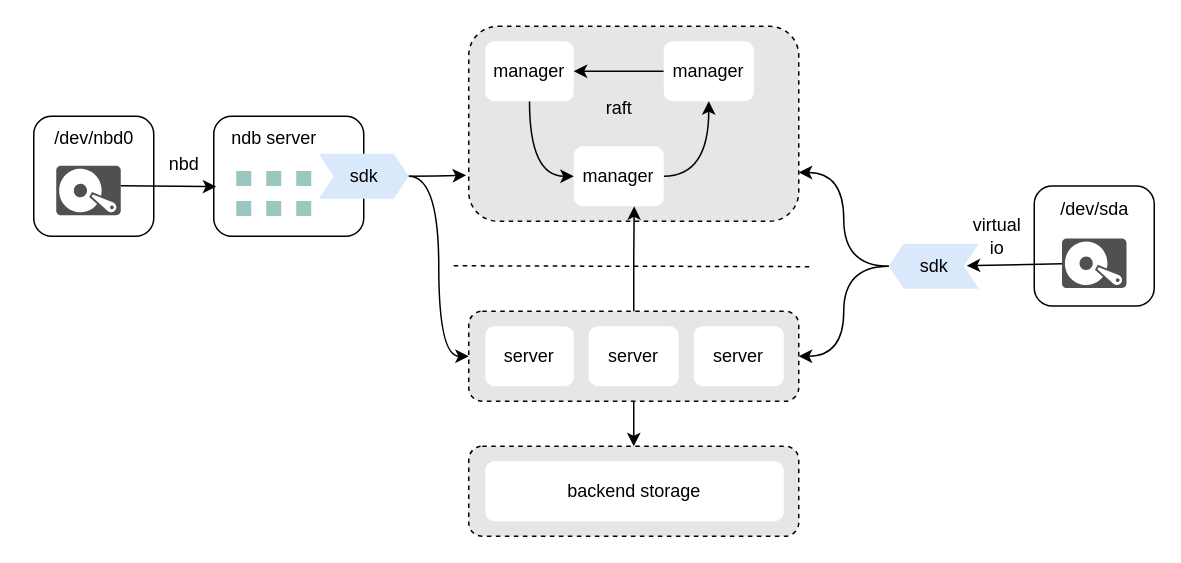
Above: page "architecture" (1 of 2) of mind/d.s.c.drawio in EarthWind/deeparch (draw.io), before the change. Source tidied: cells renumbered, new cells numbered last; positions are measured from the earlier drawing's top-left corner, leaving out a move shared by most shapes. Both pictures are drawn from the tidied source at 150%, with x=0, y=0 at pixel (33, 26).
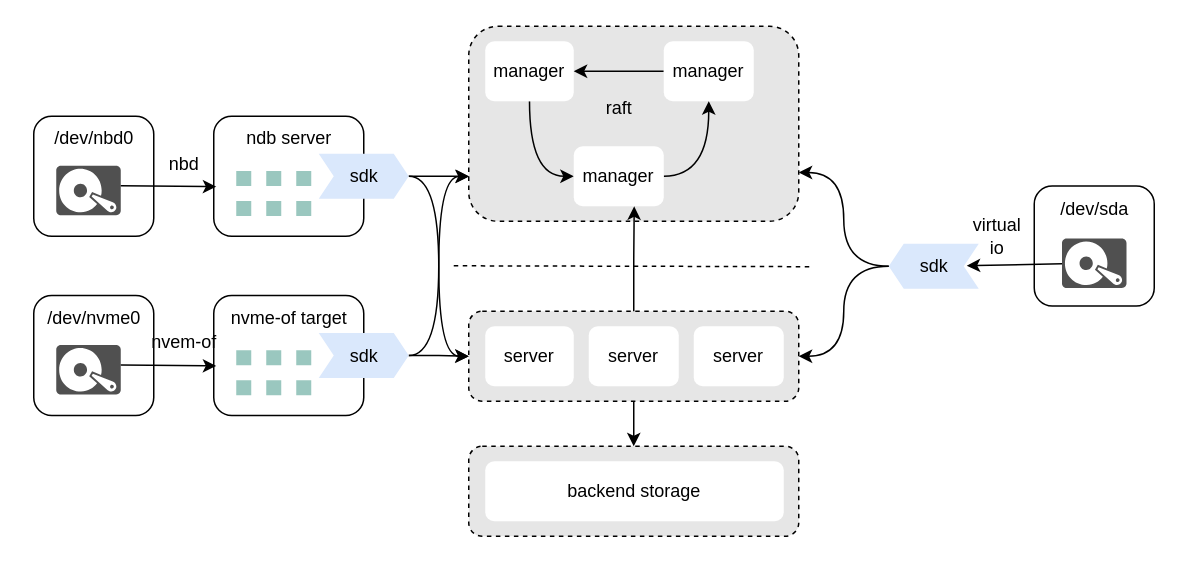
The same diagram, later.

Unchanged cells that the change refers to:
```xml
<mxCell id="2" style="rounded=1;whiteSpace=wrap;html=1;dashed=1;fillColor=#E6E6E6;" parent="1" vertex="1">
  <mxGeometry x="290" width="220" height="130" as="geometry" />
</mxCell>
<mxCell id="4" style="rounded=1;whiteSpace=wrap;html=1;dashed=1;fillColor=#E6E6E6;" parent="1" vertex="1">
  <mxGeometry x="290" y="190" width="220" height="60" as="geometry" />
</mxCell>
<mxCell id="19" style="shape=step;perimeter=stepPerimeter;whiteSpace=wrap;html=1;fixedSize=1;size=10;fillColor=#dae8fc;strokeColor=none;" parent="1" vertex="1">
  <mxGeometry x="190" y="85" width="60" height="30" as="geometry" />
</mxCell>
```

What changed in the source:
```diff
@@
     <mxCell id="9" value="ndb server" style="text;html=1;align=center;verticalAlign=middle;strokeColor=none;fillColor=none;" parent="1" vertex="1">
-      <mxGeometry x="120" y="60" width="80" height="30" as="geometry" />
+      <mxGeometry x="130" y="60" width="80" height="30" as="geometry" />
     </mxCell>
@@
-    <mxCell id="17" style="edgeStyle=orthogonalEdgeStyle;rounded=0;jettySize=auto;html=1;entryX=-0.008;entryY=0.764;entryDx=0;entryDy=0;curved=1;entryPerimeter=0;" parent="1" edge="1" source="19" target="2">
+    <mxCell id="17" style="edgeStyle=orthogonalEdgeStyle;rounded=0;jettySize=auto;html=1;entryX=0.002;entryY=0.77;entryDx=0;entryDy=0;curved=1;entryPerimeter=0;" parent="1" edge="1" source="19" target="2">
       <mxGeometry relative="1" as="geometry" />
     </mxCell>
-    <mxCell id="18" style="edgeStyle=orthogonalEdgeStyle;rounded=0;jettySize=auto;html=1;entryX=0;entryY=0.5;entryDx=0;entryDy=0;curved=1;" parent="1" edge="1" source="19" target="4">
+    <mxCell id="18" style="edgeStyle=orthogonalEdgeStyle;rounded=0;jettySize=auto;html=1;curved=1;entryX=0;entryY=0.5;entryDx=0;entryDy=0;" parent="1" edge="1" source="19" target="4">
       <mxGeometry relative="1" as="geometry" />
     </mxCell>
@@
+    <mxCell id="45" style="rounded=1;whiteSpace=wrap;html=1;" parent="1" vertex="1">
+      <mxGeometry y="179.5" width="80" height="80" as="geometry" />
+    </mxCell>
+    <mxCell id="46" style="sketch=0;shadow=0;dashed=0;html=1;strokeColor=none;fillColor=#505050;labelPosition=center;verticalLabelPosition=bottom;verticalAlign=top;outlineConnect=0;align=center;shape=mxgraph.office.devices.hard_disk;rotation=-90;" parent="1" vertex="1">
+      <mxGeometry x="20" y="207.5" width="33" height="43" as="geometry" />
+    </mxCell>
+    <mxCell id="47" value="/dev/nvme0" style="text;html=1;align=center;verticalAlign=middle;strokeColor=none;fillColor=none;" parent="1" vertex="1">
+      <mxGeometry x="-5" y="179.5" width="90" height="30" as="geometry" />
+    </mxCell>
+    <mxCell id="48" style="rounded=1;whiteSpace=wrap;html=1;" parent="1" vertex="1">
+      <mxGeometry x="120" y="179.5" width="100" height="80" as="geometry" />
+    </mxCell>
+    <mxCell id="49" value="nvme-of target" style="text;html=1;align=center;verticalAlign=middle;strokeColor=none;fillColor=none;" parent="1" vertex="1">
+      <mxGeometry x="120" y="179.5" width="100" height="30" as="geometry" />
+    </mxCell>
+    <mxCell id="50" style="endArrow=classic;html=1;rounded=0;exitX=0.594;exitY=1;exitDx=0;exitDy=0;exitPerimeter=0;entryX=0.017;entryY=0.587;entryDx=0;entryDy=0;entryPerimeter=0;" parent="1" edge="1" source="46" target="48">
+      <mxGeometry relative="1" as="geometry" />
+    </mxCell>
+    <mxCell id="51" style="rounded=0;whiteSpace=wrap;html=1;strokeColor=none;fillColor=#9AC7BF;" parent="1" vertex="1">
+      <mxGeometry x="135" y="216" width="10" height="10" as="geometry" />
+    </mxCell>
+    <mxCell id="52" style="rounded=0;whiteSpace=wrap;html=1;strokeColor=none;fillColor=#9AC7BF;" parent="1" vertex="1">
+      <mxGeometry x="155" y="216" width="10" height="10" as="geometry" />
+    </mxCell>
+    <mxCell id="53" style="rounded=0;whiteSpace=wrap;html=1;strokeColor=none;fillColor=#9AC7BF;" parent="1" vertex="1">
+      <mxGeometry x="175" y="216" width="10" height="10" as="geometry" />
+    </mxCell>
+    <mxCell id="54" style="rounded=0;whiteSpace=wrap;html=1;strokeColor=none;fillColor=#9AC7BF;" parent="1" vertex="1">
+      <mxGeometry x="175" y="236" width="10" height="10" as="geometry" />
+    </mxCell>
+    <mxCell id="55" style="rounded=0;whiteSpace=wrap;html=1;strokeColor=none;fillColor=#9AC7BF;" parent="1" vertex="1">
+      <mxGeometry x="135" y="236" width="10" height="10" as="geometry" />
+    </mxCell>
+    <mxCell id="56" style="rounded=0;whiteSpace=wrap;html=1;strokeColor=none;fillColor=#9AC7BF;" parent="1" vertex="1">
+      <mxGeometry x="155" y="236" width="10" height="10" as="geometry" />
+    </mxCell>
+    <mxCell id="57" style="edgeStyle=orthogonalEdgeStyle;rounded=0;jettySize=auto;html=1;entryX=0;entryY=0.5;entryDx=0;entryDy=0;" parent="1" edge="1" source="59" target="4">
+      <mxGeometry relative="1" as="geometry" />
+    </mxCell>
+    <mxCell id="58" style="edgeStyle=orthogonalEdgeStyle;rounded=0;jettySize=auto;html=1;entryX=0;entryY=0.77;entryDx=0;entryDy=0;curved=1;entryPerimeter=0;" parent="1" edge="1" source="59" target="2">
+      <mxGeometry relative="1" as="geometry" />
+    </mxCell>
+    <mxCell id="59" style="shape=step;perimeter=stepPerimeter;whiteSpace=wrap;html=1;fixedSize=1;size=10;fillColor=#dae8fc;strokeColor=none;" parent="1" vertex="1">
+      <mxGeometry x="190" y="204.5" width="60" height="30" as="geometry" />
+    </mxCell>
+    <mxCell id="60" value="sdk" style="text;html=1;align=center;verticalAlign=middle;strokeColor=none;fillColor=none;" parent="1" vertex="1">
+      <mxGeometry x="200" y="204.5" width="40" height="30" as="geometry" />
+    </mxCell>
+    <mxCell id="61" value="nvem-of" style="text;html=1;align=center;verticalAlign=middle;strokeColor=none;fillColor=none;" parent="1" vertex="1">
+      <mxGeometry x="65" y="196" width="70" height="30" as="geometry" />
+    </mxCell>
```
